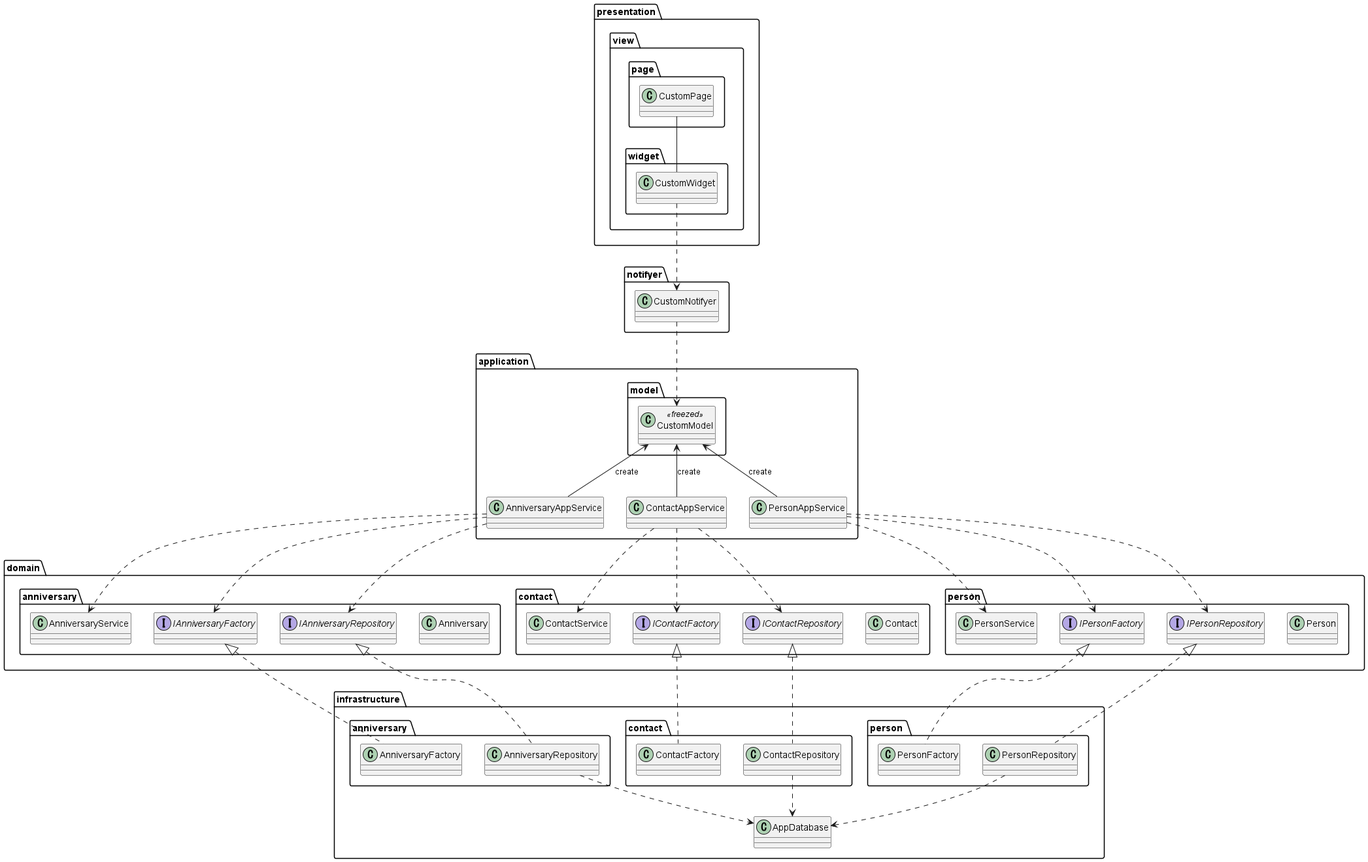
Earlier version of the PlantUML export uml/class_diagram/class_diagram.png (nmskm240/friend_list).
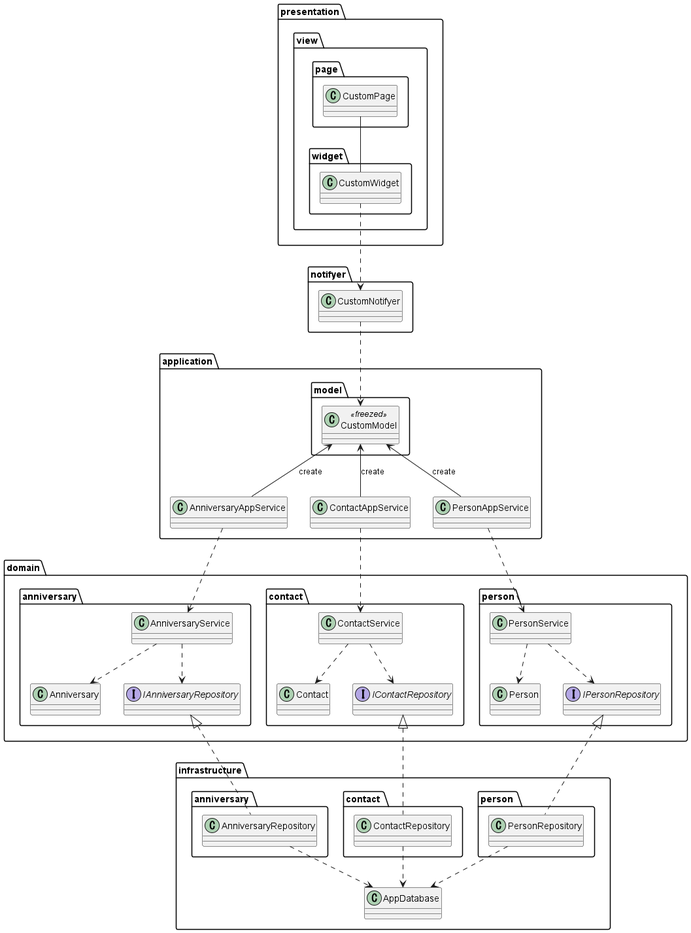
After the change.

Commit message:
modified domain layer desing

The edit, as a diff of the source:
```diff
@@ -28,34 +28,28 @@
     package anniversary {
         class Anniversary
         class AnniversaryService
-        interface IAnniversaryFactory
         interface IAnniversaryRepository
     }
     package contact {
         class Contact
         class ContactService
-        interface IContactFactory
         interface IContactRepository
     }
     package person {
         class Person
         class PersonService
-        interface IPersonFactory
         interface IPersonRepository
     }
 }
 
 package infrastructure {
     package "anniversary " {
-        class AnniversaryFactory
         class AnniversaryRepository
     }
     package "contact " {
-        class ContactFactory
         class ContactRepository
     }
     package "person " {
-        class PersonFactory
         class PersonRepository
     }
     class AppDatabase
@@ -72,22 +66,19 @@
 CustomModel <-- PersonAppService : create
 
 AnniversaryAppService ..> AnniversaryService
-AnniversaryAppService ..> IAnniversaryFactory
-AnniversaryAppService ..> IAnniversaryRepository
 ContactAppService ..> ContactService
-ContactAppService ..> IContactFactory
-ContactAppService ..> IContactRepository
 PersonAppService ..> PersonService
-PersonAppService ..> IPersonFactory
-PersonAppService ..> IPersonRepository
 
+AnniversaryService ..> Anniversary
+AnniversaryService ..> IAnniversaryRepository
+ContactService ..> Contact
+ContactService ..> IContactRepository
+PersonService ..> Person
+PersonService ..> IPersonRepository
 
 IAnniversaryRepository <|.. AnniversaryRepository
-IAnniversaryFactory <|.. AnniversaryFactory
 IContactRepository <|.. ContactRepository
-IContactFactory <|.. ContactFactory
 IPersonRepository <|.. PersonRepository
-IPersonFactory <|.. PersonFactory
 
 AnniversaryRepository ..> AppDatabase
 ContactRepository ..> AppDatabase
```
